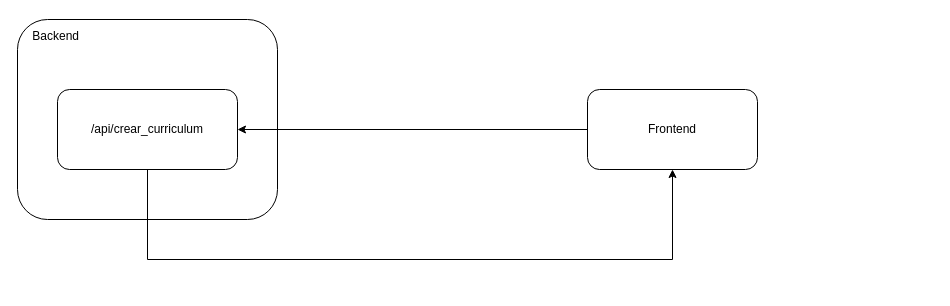
This is Proceso1.drawio from WsDoragon/Mi-primer-Curriculum, a draw.io file, before an edit. Source tidied: cells renumbered, new cells numbered last; positions are measured from the earlier drawing's top-left corner, leaving out a move shared by most shapes. Both pictures are drawn from the tidied source at 100%, with x=0, y=0 at pixel (17, 19).
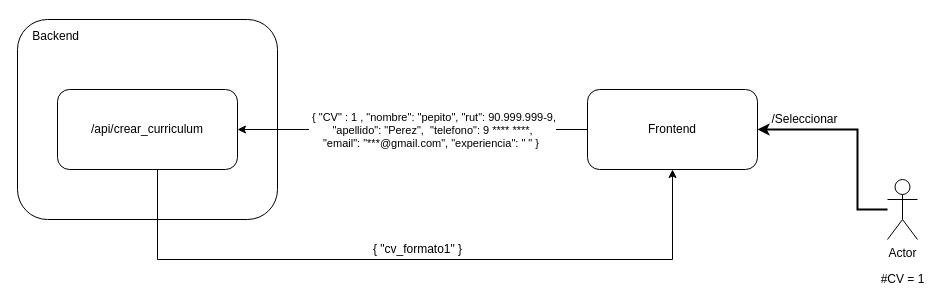
The same page after the edit.

Diff of the diagram source:
```diff
@@
 <mxGraphModel>
   <root>
     <mxCell id="0" />
     <mxCell id="1" parent="0" />
     <mxCell id="2" value="&lt;p style=&quot;line-height: 100%&quot;&gt;&amp;nbsp; &amp;nbsp; Backend&lt;/p&gt;&lt;p style=&quot;line-height: 100%&quot;&gt;&lt;br&gt;&lt;/p&gt;&lt;p style=&quot;line-height: 100%&quot;&gt;&lt;br&gt;&lt;/p&gt;&lt;p style=&quot;line-height: 100%&quot;&gt;&lt;br&gt;&lt;/p&gt;&lt;p style=&quot;line-height: 100%&quot;&gt;&lt;br&gt;&lt;/p&gt;&lt;p style=&quot;line-height: 100%&quot;&gt;&lt;br&gt;&lt;/p&gt;&lt;p style=&quot;line-height: 100%&quot;&gt;&lt;br&gt;&lt;/p&gt;&lt;p style=&quot;line-height: 100%&quot;&gt;&lt;br&gt;&lt;/p&gt;" style="rounded=1;whiteSpace=wrap;html=1;align=left;glass=0;shadow=0;sketch=0;" parent="1" vertex="1">
       <mxGeometry width="260" height="200" as="geometry" />
     </mxCell>
     <mxCell id="3" style="edgeStyle=orthogonalEdgeStyle;rounded=0;jettySize=auto;html=1;" parent="1" edge="1" source="4" target="6">
       <mxGeometry relative="1" as="geometry" />
     </mxCell>
+    <mxCell id="7" value="&amp;nbsp;{ &quot;CV&quot; : 1 , &quot;nombre&quot;: &quot;pepito&quot;, &quot;rut&quot;: 90.999.999-9,&lt;br&gt;&quot;apellido&quot;: &quot;Perez&quot;,&amp;nbsp; &quot;telefono&quot;: 9 **** ****,&lt;br&gt;&quot;email&quot;: &quot;***@gmail.com&quot;, &quot;experiencia&quot;: &quot; &quot; }&amp;nbsp;" style="edgeLabel;html=1;align=center;verticalAlign=middle;" parent="3" vertex="1">
+      <mxGeometry x="0.11" y="-2" relative="1" as="geometry">
+        <mxPoint x="38.4" y="2" as="offset" />
+      </mxGeometry>
+    </mxCell>
     <mxCell id="4" value="Frontend" style="rounded=1;whiteSpace=wrap;html=1;" parent="1" vertex="1">
       <mxGeometry x="570" y="70" width="170" height="80" as="geometry" />
     </mxCell>
     <mxCell id="5" style="edgeStyle=orthogonalEdgeStyle;rounded=0;jettySize=auto;html=1;entryX=0.5;entryY=1;entryDx=0;entryDy=0;" parent="1" edge="1" source="6" target="4">
       <mxGeometry relative="1" as="geometry">
         <Array as="points">
-          <mxPoint x="130" y="240" />
+          <mxPoint x="140" y="240" />
           <mxPoint x="655" y="240" />
         </Array>
       </mxGeometry>
     </mxCell>
     <mxCell id="6" value="/api/crear_curriculum" style="rounded=1;whiteSpace=wrap;html=1;shadow=0;glass=0;sketch=0;" parent="1" vertex="1">
       <mxGeometry x="40" y="70" width="180" height="80" as="geometry" />
     </mxCell>
+    <mxCell id="8" style="edgeStyle=orthogonalEdgeStyle;jettySize=auto;html=1;startArrow=none;startFill=0;rounded=0;strokeWidth=2;entryX=1;entryY=0.5;entryDx=0;entryDy=0;" parent="1" edge="1" source="9" target="4">
+      <mxGeometry relative="1" as="geometry">
+        <Array as="points">
+          <mxPoint x="840" y="190" />
+          <mxPoint x="840" y="110" />
+        </Array>
+      </mxGeometry>
+    </mxCell>
+    <mxCell id="9" value="Actor" style="shape=umlActor;verticalLabelPosition=bottom;verticalAlign=top;html=1;outlineConnect=0;" parent="1" vertex="1">
+      <mxGeometry x="870" y="160" width="30" height="60" as="geometry" />
+    </mxCell>
+    <mxCell id="10" value="#CV = 1" style="text;html=1;align=center;verticalAlign=middle;" parent="1" vertex="1">
+      <mxGeometry x="855" y="250" width="60" height="20" as="geometry" />
+    </mxCell>
+    <mxCell id="11" value="/Seleccionar" style="text;html=1;align=center;verticalAlign=middle;" parent="1" vertex="1">
+      <mxGeometry x="747" y="90" width="80" height="20" as="geometry" />
+    </mxCell>
+    <mxCell id="12" value="{ &quot;cv_formato1&quot; }" style="text;html=1;align=center;verticalAlign=middle;" parent="1" vertex="1">
+      <mxGeometry x="350" y="220" width="100" height="20" as="geometry" />
+    </mxCell>
   </root>
 </mxGraphModel>
```
